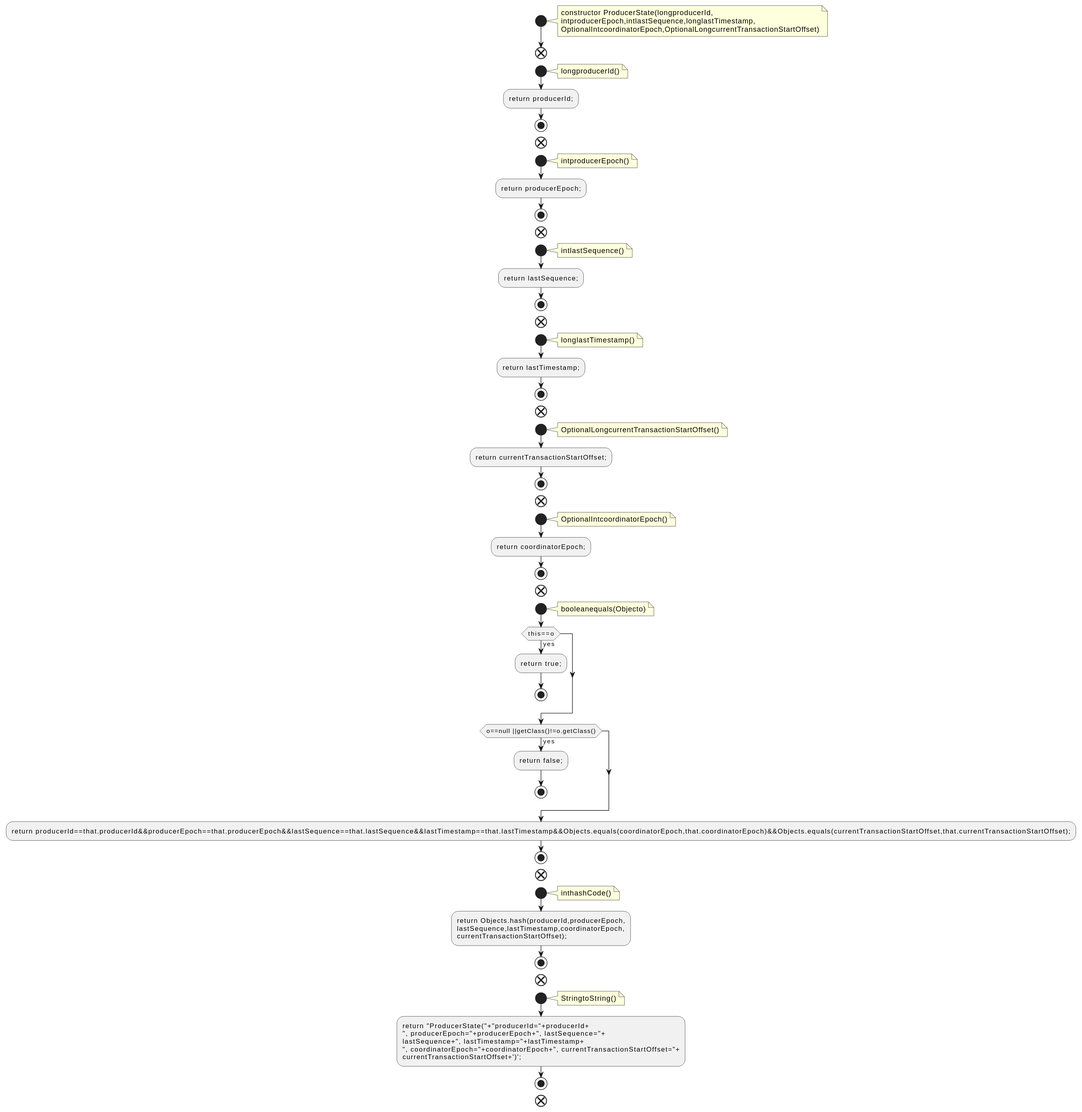
Above: docs/qc/clients/src/main/java/org/apache/kafka/clients/admin/ProducerState.java.fct.svg in qualitesys/kafka (PlantUML), before the change.
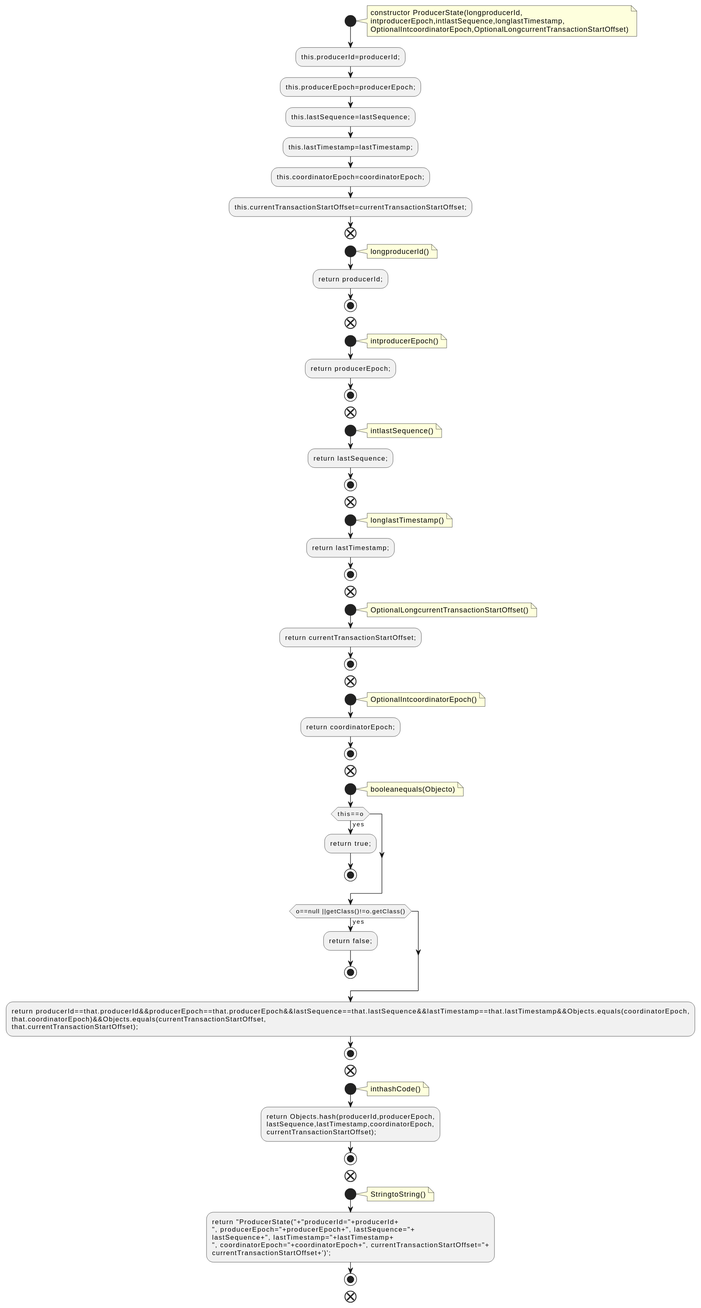
After the change.

Change to the diagram source:
```diff
@@ -6,6 +6,12 @@
 intproducerEpoch,intlastSequence,longlastTimestamp,
 OptionalIntcoordinatorEpoch,OptionalLongcurrentTransactionStartOffset)
 end note
+:this.producerId=producerId;;
+:this.producerEpoch=producerEpoch;;
+:this.lastSequence=lastSequence;;
+:this.lastTimestamp=lastTimestamp;;
+:this.coordinatorEpoch=coordinatorEpoch;;
+:this.currentTransactionStartOffset=currentTransactionStartOffset;;
 end
 start
 note right
@@ -61,7 +67,9 @@
 :return false;;
 stop
 endif
-:return producerId==that.producerId&&producerEpoch==that.producerEpoch&&lastSequence==that.lastSequence&&lastTimestamp==that.lastTimestamp&&Objects.equals(coordinatorEpoch,that.coordinatorEpoch)&&Objects.equals(currentTransactionStartOffset,that.currentTransactionStartOffset);;
+:return producerId==that.producerId&&producerEpoch==that.producerEpoch&&lastSequence==that.lastSequence&&lastTimestamp==that.lastTimestamp&&Objects.equals(coordinatorEpoch,
+that.coordinatorEpoch)&&Objects.equals(currentTransactionStartOffset,
+that.currentTransactionStartOffset);;
 stop
 end
 start
```
